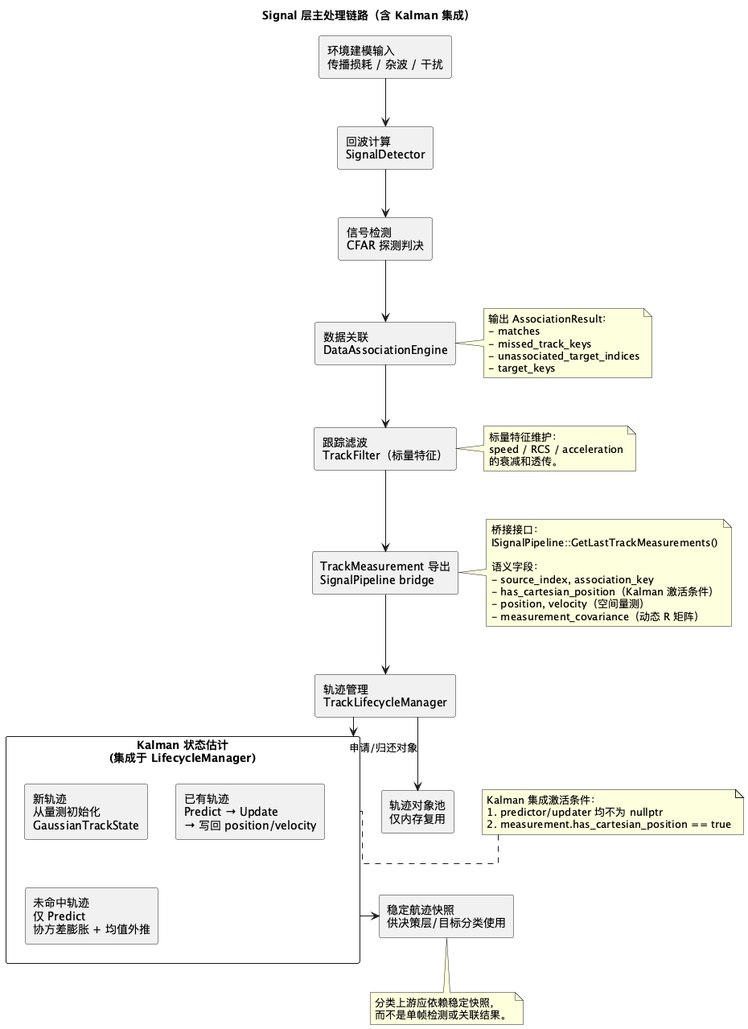
Above: doc/architecture/signal/signal-processing-flow.png in boilwater-3/1q (PlantUML), before the change.
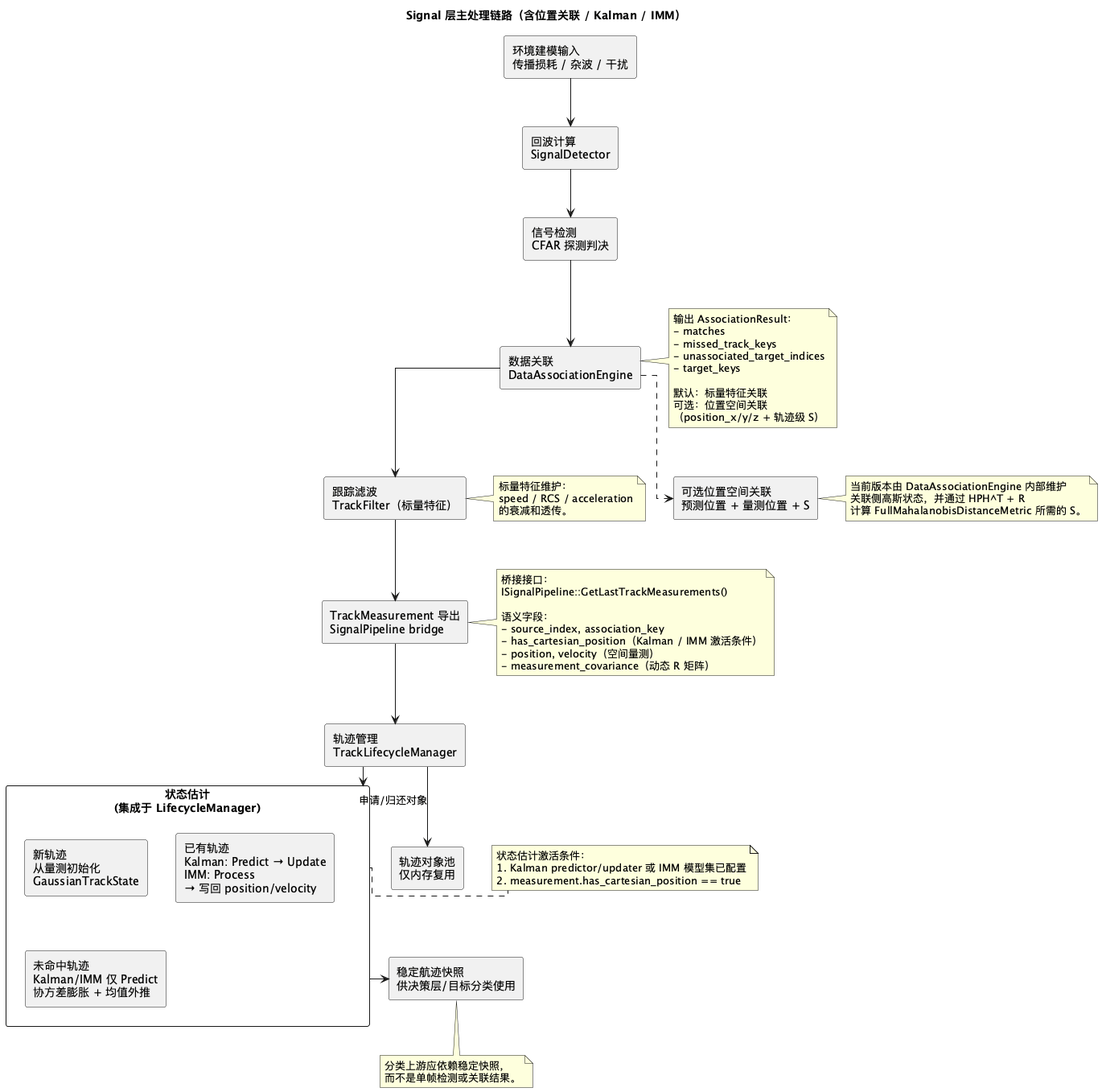
After the change.

Commit message:
docs(architecture): 更新信号层位置关联与 IMM 集成文档

What changed in the source:
```diff
@@ -3,20 +3,21 @@
 skinparam packageStyle rectangle
 skinparam defaultFontName sans-serif
 
-title Signal 层主处理链路（含 Kalman 集成）
+title Signal 层主处理链路（含位置关联 / Kalman / IMM）
 
 rectangle "环境建模输入\n传播损耗 / 杂波 / 干扰" as ENV
 rectangle "回波计算\nSignalDetector" as ECHO
 rectangle "信号检测\nCFAR 探测判决" as DETECT
 rectangle "数据关联\nDataAssociationEngine" as ASSOC
+rectangle "可选位置空间关联\n预测位置 + 量测位置 + S" as POS_ASSOC
 rectangle "跟踪滤波\nTrackFilter（标量特征）" as FILTER
 rectangle "TrackMeasurement 导出\nSignalPipeline bridge" as MEAS
 rectangle "轨迹管理\nTrackLifecycleManager" as LIFECYCLE
 
-rectangle "Kalman 状态估计\n(集成于 LifecycleManager)" as KALMAN {
+rectangle "状态估计\n(集成于 LifecycleManager)" as KALMAN {
   rectangle "新轨迹\n从量测初始化\nGaussianTrackState" as INIT
-  rectangle "已有轨迹\nPredict → Update\n→ 写回 position/velocity" as PU
-  rectangle "未命中轨迹\n仅 Predict\n协方差膨胀 + 均值外推" as PRED_ONLY
+  rectangle "已有轨迹\nKalman: Predict → Update\nIMM: Process\n→ 写回 position/velocity" as PU
+  rectangle "未命中轨迹\nKalman/IMM 仅 Predict\n协方差膨胀 + 均值外推" as PRED_ONLY
 }
 
 rectangle "稳定航迹快照\n供决策层/目标分类使用" as SNAPSHOT
@@ -25,6 +26,7 @@
 ENV --> ECHO
 ECHO --> DETECT
 DETECT --> ASSOC
+ASSOC ..> POS_ASSOC
 ASSOC --> FILTER
 FILTER --> MEAS
 MEAS --> LIFECYCLE
@@ -38,6 +40,10 @@
   - missed_track_keys
   - unassociated_target_indices
   - target_keys
+
+  默认：标量特征关联
+  可选：位置空间关联
+  （position_x/y/z + 轨迹级 S）
 end note
 
 note right of FILTER
@@ -52,15 +58,21 @@
 
   语义字段：
   - source_index, association_key
-  - has_cartesian_position（Kalman 激活条件）
+  - has_cartesian_position（Kalman / IMM 激活条件）
   - position, velocity（空间量测）
   - measurement_covariance（动态 R 矩阵）
 end note
 
 note right of KALMAN
-  Kalman 集成激活条件：
-  1. predictor/updater 均不为 nullptr
+  状态估计激活条件：
+  1. Kalman predictor/updater 或 IMM 模型集已配置
   2. measurement.has_cartesian_position == true
+end note
+
+note right of POS_ASSOC
+  当前版本由 DataAssociationEngine 内部维护
+  关联侧高斯状态，并通过 HPH^T + R
+  计算 FullMahalanobisDistanceMetric 所需的 S。
 end note
 
 note bottom of SNAPSHOT
```
